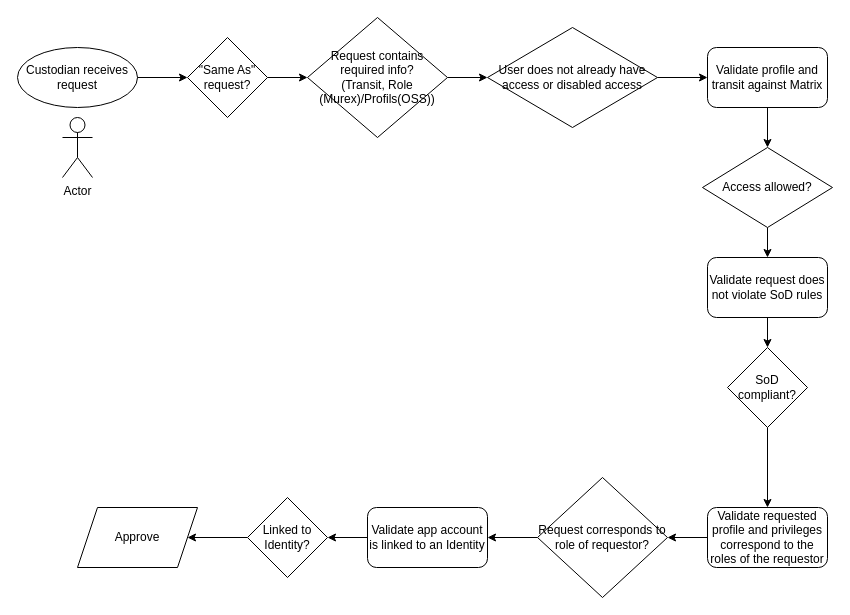
This is page "Page-1" (1 of 3) of CustodianWorkflow.drawio from michaelbarbara/ai-agents-for-beginners, a draw.io file, before an edit. Source tidied: cells renumbered, new cells numbered last; positions are measured from the earlier drawing's top-left corner, leaving out a move shared by most shapes. Both pictures are drawn from the tidied source at 100%, with x=0, y=0 at pixel (17, 17).
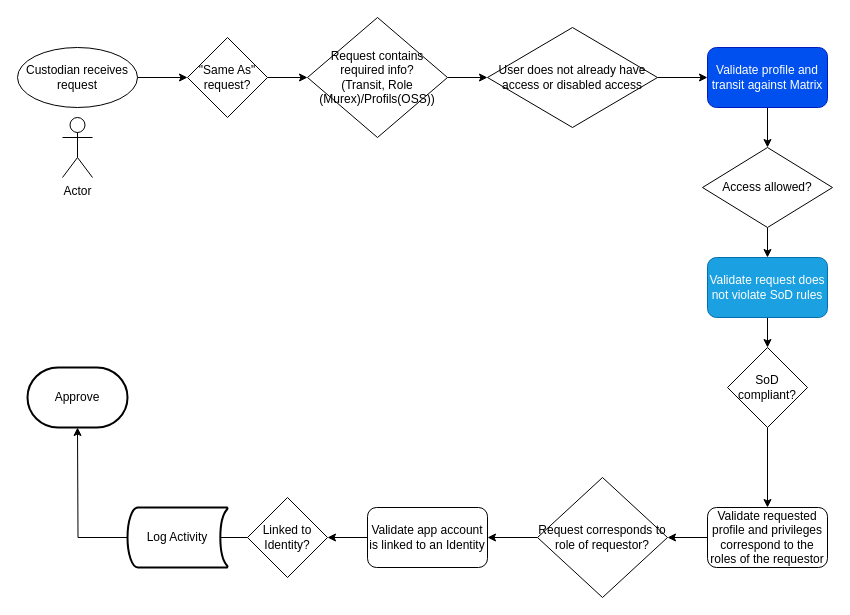
Above is the later version.

Unchanged cells that the change refers to:
```xml
<mxCell id="27" value="Linked to Identity?" style="rhombus;whiteSpace=wrap;html=1;" parent="1" vertex="1">
  <mxGeometry x="230" y="480" width="80" height="80" as="geometry" />
</mxCell>
```

What changed in the source:
```diff
@@
-    <mxCell id="4" value="Validate profile and transit against Matrix" style="rounded=1;whiteSpace=wrap;html=1;" parent="1" vertex="1">
+    <mxCell id="4" value="Validate profile and transit against Matrix" style="rounded=1;whiteSpace=wrap;html=1;fillColor=#0050ef;fontColor=#ffffff;strokeColor=#001DBC;" parent="1" vertex="1">
       <mxGeometry x="690" y="30" width="120" height="60" as="geometry" />
     </mxCell>
@@
-    <mxCell id="6" value="&lt;div&gt;Validate request does not violate SoD rules&lt;/div&gt;" style="rounded=1;whiteSpace=wrap;html=1;" parent="1" vertex="1">
+    <mxCell id="6" value="&lt;div&gt;Validate request does not violate SoD rules&lt;/div&gt;" style="rounded=1;whiteSpace=wrap;html=1;fillColor=#1ba1e2;fontColor=#ffffff;strokeColor=#006EAF;" parent="1" vertex="1">
       <mxGeometry x="690" y="240" width="120" height="60" as="geometry" />
     </mxCell>
@@
-    <mxCell id="23" value="Approve" style="shape=parallelogram;perimeter=parallelogramPerimeter;whiteSpace=wrap;html=1;fixedSize=1;" parent="1" vertex="1">
-      <mxGeometry x="60" y="490" width="120" height="60" as="geometry" />
-    </mxCell>
@@
-    <mxCell id="26" style="edgeStyle=orthogonalEdgeStyle;rounded=0;jettySize=auto;html=1;" parent="1" edge="1" source="27" target="23">
-      <mxGeometry relative="1" as="geometry" />
+    <mxCell id="26" style="edgeStyle=orthogonalEdgeStyle;rounded=0;jettySize=auto;html=1;" parent="1" edge="1" source="27">
+      <mxGeometry relative="1" as="geometry">
+        <mxPoint x="60" y="410" as="targetPoint" />
+      </mxGeometry>
     </mxCell>
@@
+    <mxCell id="28" value="Log Activity" style="strokeWidth=2;html=1;shape=mxgraph.flowchart.stored_data;whiteSpace=wrap;" parent="1" vertex="1">
+      <mxGeometry x="110" y="490" width="100" height="60" as="geometry" />
+    </mxCell>
+    <mxCell id="23" value="Approve" style="strokeWidth=2;html=1;shape=mxgraph.flowchart.terminator;whiteSpace=wrap;" parent="1" vertex="1">
+      <mxGeometry x="10" y="350" width="100" height="60" as="geometry" />
+    </mxCell>
```
